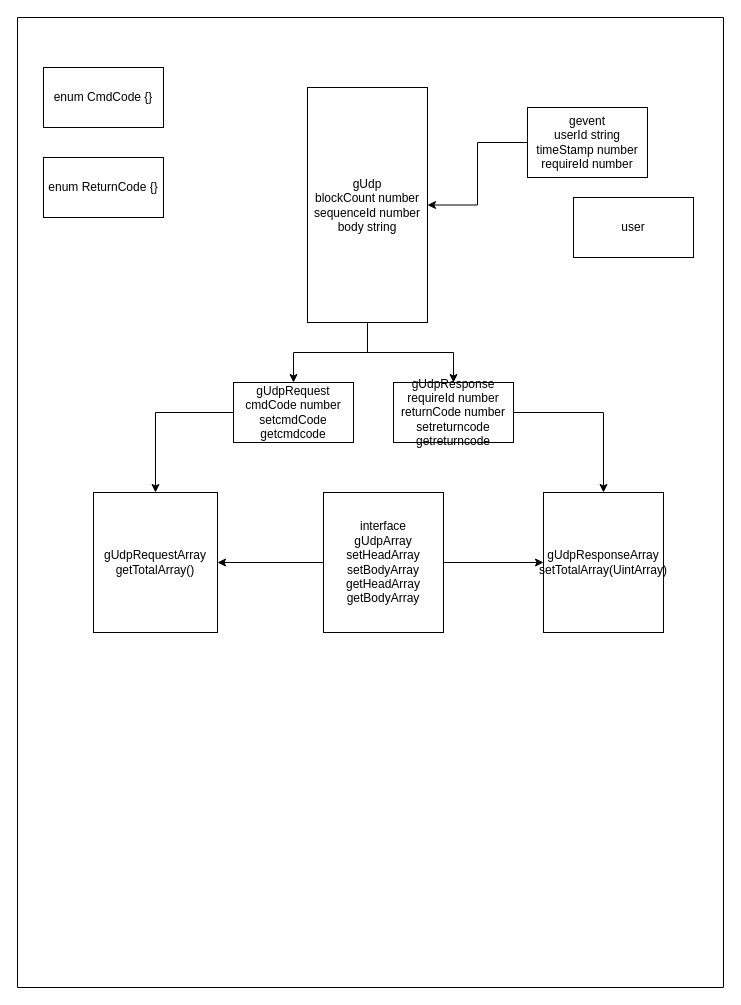
Above: Untitled Diagram.drawio in 605682883/flowPhoto (draw.io), before the change. Source tidied: cells renumbered, new cells numbered last; positions are measured from the earlier drawing's top-left corner, leaving out a move shared by most shapes. Both pictures are drawn from the tidied source at 100%, with x=0, y=0 at pixel (17, 17).
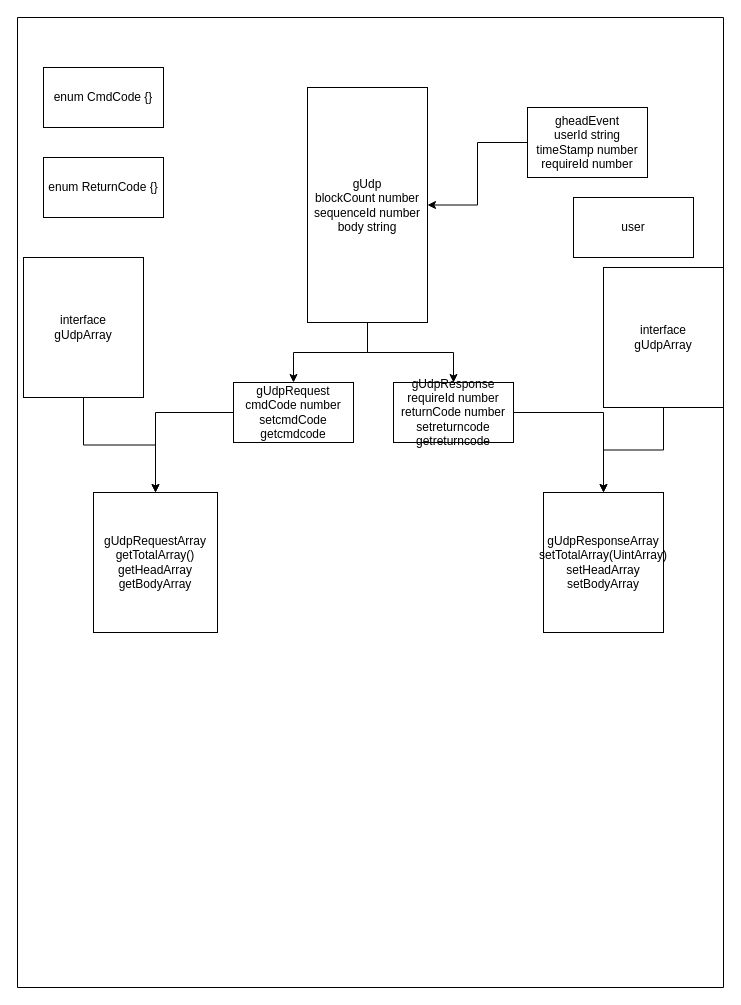
The same page after the edit.

The change refers to these unchanged cells:
```xml
<mxCell id="2" style="swimlane;startSize=0;" parent="1" vertex="1">
  <mxGeometry width="706" height="970" as="geometry" />
</mxCell>
```

Diff of the diagram source:
```diff
@@
+    <mxCell id="20" style="edgeStyle=orthogonalEdgeStyle;rounded=0;jettySize=auto;html=1;" parent="2" edge="1" source="21" target="13">
+      <mxGeometry relative="1" as="geometry" />
+    </mxCell>
+    <mxCell id="21" value="interface&lt;br&gt;gUdpArray" style="rounded=0;whiteSpace=wrap;html=1;" parent="2" vertex="1">
+      <mxGeometry x="6" y="240" width="120" height="140" as="geometry" />
+    </mxCell>
@@
-    <mxCell id="5" value="gevent&lt;br&gt;userId string&lt;br&gt;timeStamp number&lt;br&gt;requireId number" style="rounded=0;whiteSpace=wrap;html=1;" parent="2" vertex="1">
+    <mxCell id="5" value="gheadEvent&lt;br&gt;userId string&lt;br&gt;timeStamp number&lt;br&gt;requireId number" style="rounded=0;whiteSpace=wrap;html=1;" parent="2" vertex="1">
       <mxGeometry x="510" y="90" width="120" height="70" as="geometry" />
     </mxCell>
@@
-    <mxCell id="13" value="gUdpRequestArray&lt;br&gt;getTotalArray()" style="rounded=0;whiteSpace=wrap;html=1;" parent="2" vertex="1">
+    <mxCell id="13" value="gUdpRequestArray&lt;br&gt;getTotalArray()&lt;br&gt;getHeadArray&lt;br&gt;getBodyArray" style="rounded=0;whiteSpace=wrap;html=1;" parent="2" vertex="1">
       <mxGeometry x="76" y="475" width="124" height="140" as="geometry" />
     </mxCell>
-    <mxCell id="14" value="gUdpResponseArray&lt;br&gt;setTotalArray(UintArray)" style="rounded=0;whiteSpace=wrap;html=1;" parent="2" vertex="1">
+    <mxCell id="14" value="gUdpResponseArray&lt;br&gt;setTotalArray(UintArray)&lt;br&gt;setHeadArray&lt;br&gt;setBodyArray" style="rounded=0;whiteSpace=wrap;html=1;" parent="2" vertex="1">
       <mxGeometry x="526" y="475" width="120" height="140" as="geometry" />
     </mxCell>
@@
-    <mxCell id="18" style="edgeStyle=orthogonalEdgeStyle;rounded=0;jettySize=auto;html=1;entryX=1;entryY=0.5;entryDx=0;entryDy=0;" parent="2" edge="1" source="19" target="13">
-      <mxGeometry relative="1" as="geometry" />
-    </mxCell>
-    <mxCell id="19" value="interface&lt;br&gt;gUdpArray&lt;br&gt;setHeadArray&lt;br&gt;setBodyArray&lt;br&gt;getHeadArray&lt;br&gt;getBodyArray" style="rounded=0;whiteSpace=wrap;html=1;" parent="2" vertex="1">
-      <mxGeometry x="306" y="475" width="120" height="140" as="geometry" />
+    <mxCell id="19" value="interface&lt;br&gt;gUdpArray" style="rounded=0;whiteSpace=wrap;html=1;" parent="2" vertex="1">
+      <mxGeometry x="586" y="250" width="120" height="140" as="geometry" />
     </mxCell>
```
